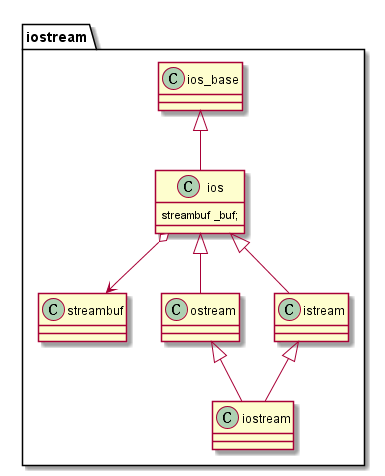
This is notes/iostream/iostream.png from liner-lin/Cpp-notebook, a PlantUML export, as it was before one commit.
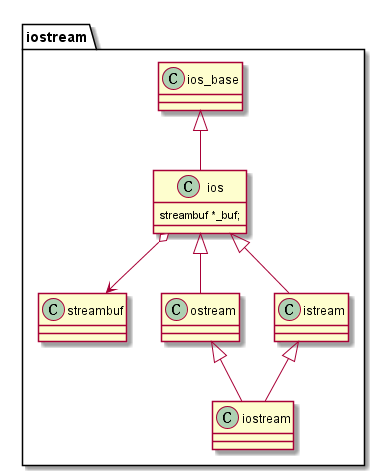
Later version of the same file.

Change to the diagram source:
```diff
@@ -3,7 +3,7 @@
     class ios_base {
     }
     class ios {
-        streambuf _buf;
+        streambuf *_buf;
     }
     class streambuf {
     }
```
